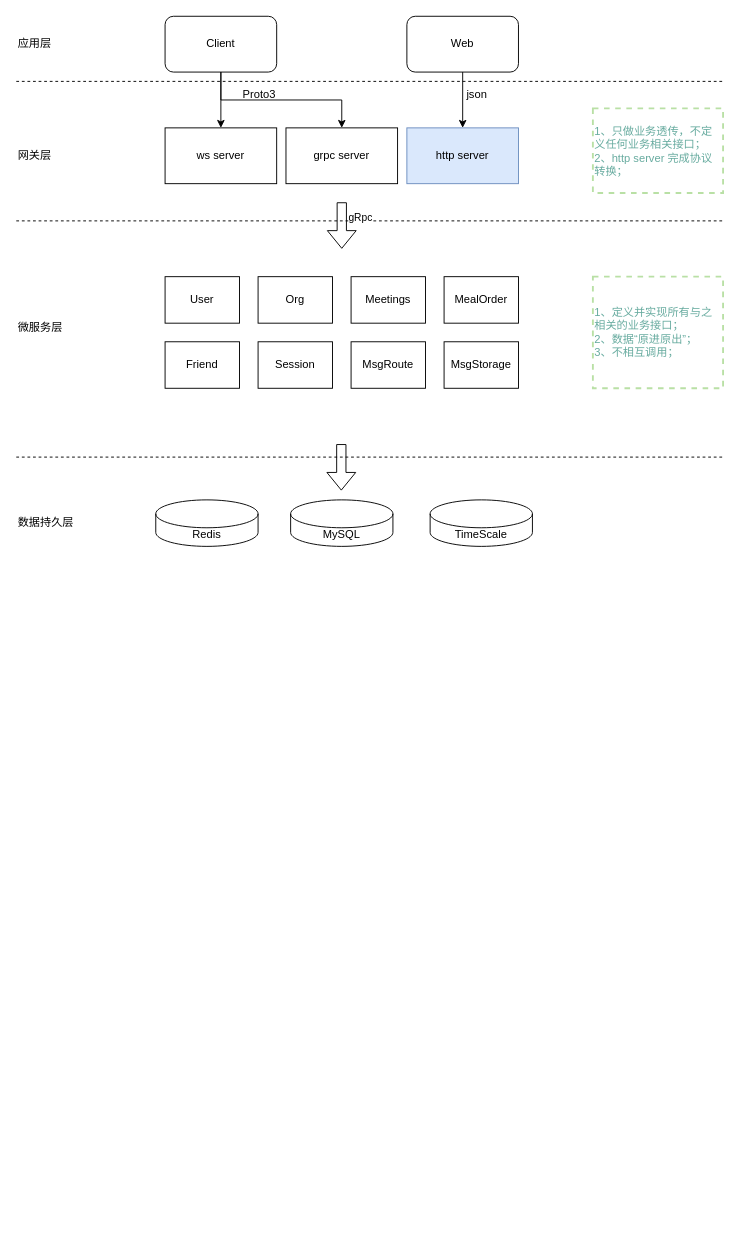
The draw.io diagram page "OA架构图" (3 of 4) of StreamOA架构设计.drawio in zebra-min/my-design, before the edit. Source tidied: cells renumbered, new cells numbered last; positions are measured from the earlier drawing's top-left corner, leaving out a move shared by most shapes. Both pictures are drawn from the tidied source at 93%, with x=0, y=0 at pixel (16, 16).
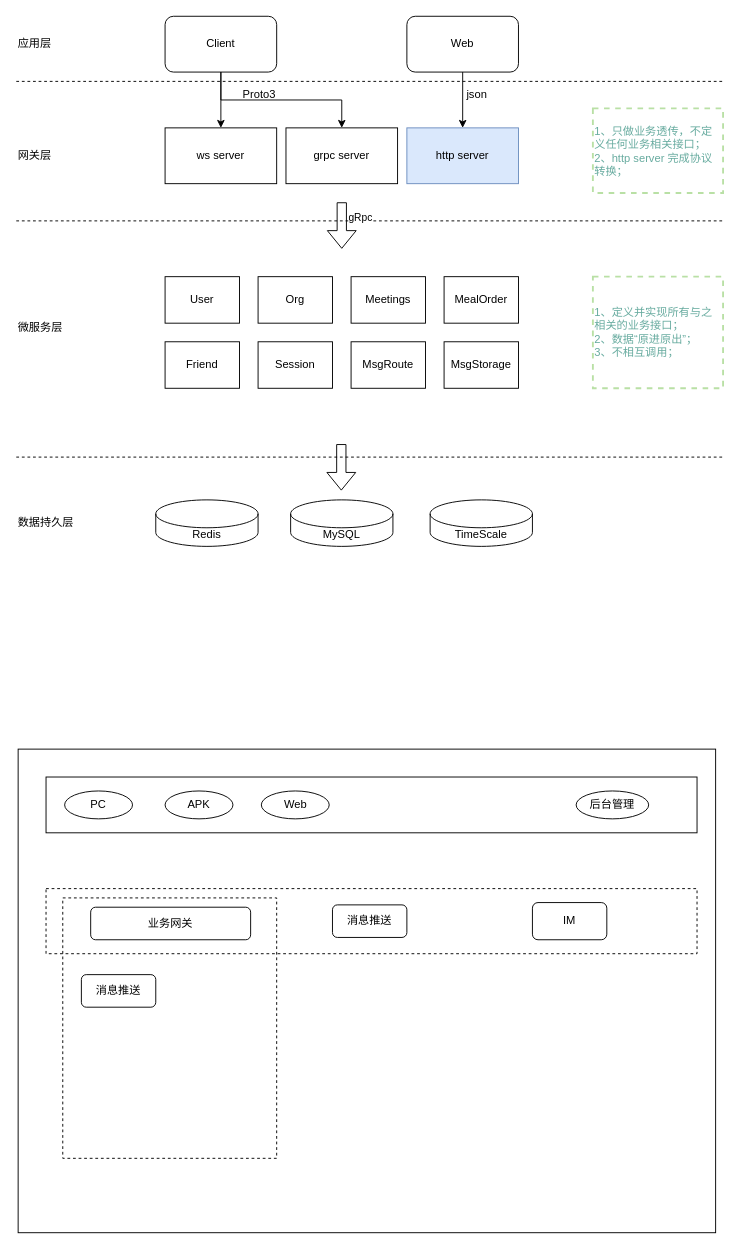
Above is the later version.

Commit message:
更新StreamOA架构设计.drawio

Diff of the diagram source:
```diff
@@
+    <mxCell id="35" style="rounded=0;whiteSpace=wrap;html=1;" parent="1" vertex="1">
+      <mxGeometry x="2" y="788" width="750" height="520" as="geometry" />
+    </mxCell>
+    <mxCell id="36" style="rounded=0;whiteSpace=wrap;html=1;" parent="1" vertex="1">
+      <mxGeometry x="32" y="818" width="700" height="60" as="geometry" />
+    </mxCell>
+    <mxCell id="37" value="APK" style="ellipse;whiteSpace=wrap;html=1;" parent="1" vertex="1">
+      <mxGeometry x="160" y="833" width="73" height="30" as="geometry" />
+    </mxCell>
+    <mxCell id="38" value="Web" style="ellipse;whiteSpace=wrap;html=1;" parent="1" vertex="1">
+      <mxGeometry x="263.5" y="833" width="73" height="30" as="geometry" />
+    </mxCell>
+    <mxCell id="39" value="后台管理" style="ellipse;whiteSpace=wrap;html=1;" parent="1" vertex="1">
+      <mxGeometry x="602" y="833" width="78" height="30" as="geometry" />
+    </mxCell>
+    <mxCell id="40" style="rounded=0;whiteSpace=wrap;html=1;fillStyle=auto;dashed=1;" parent="1" vertex="1">
+      <mxGeometry x="32" y="938" width="700" height="70" as="geometry" />
+    </mxCell>
+    <mxCell id="41" style="rounded=0;whiteSpace=wrap;html=1;fillStyle=auto;dashed=1;fillColor=none;" parent="1" vertex="1">
+      <mxGeometry x="50" y="948" width="230" height="280" as="geometry" />
+    </mxCell>
+    <mxCell id="42" value="业务网关" style="rounded=1;whiteSpace=wrap;html=1;" parent="1" vertex="1">
+      <mxGeometry x="80" y="958" width="172" height="35" as="geometry" />
+    </mxCell>
+    <mxCell id="43" value="消息推送" style="rounded=1;whiteSpace=wrap;html=1;" parent="1" vertex="1">
+      <mxGeometry x="340" y="955.5" width="80" height="35" as="geometry" />
+    </mxCell>
+    <mxCell id="44" value="IM" style="rounded=1;whiteSpace=wrap;html=1;" parent="1" vertex="1">
+      <mxGeometry x="555" y="953" width="80" height="40" as="geometry" />
+    </mxCell>
+    <mxCell id="45" value="PC" style="ellipse;whiteSpace=wrap;html=1;" parent="1" vertex="1">
+      <mxGeometry x="52" y="833" width="73" height="30" as="geometry" />
+    </mxCell>
+    <mxCell id="46" value="消息推送" style="rounded=1;whiteSpace=wrap;html=1;" parent="1" vertex="1">
+      <mxGeometry x="70" y="1030.5" width="80" height="35" as="geometry" />
+    </mxCell>
```
